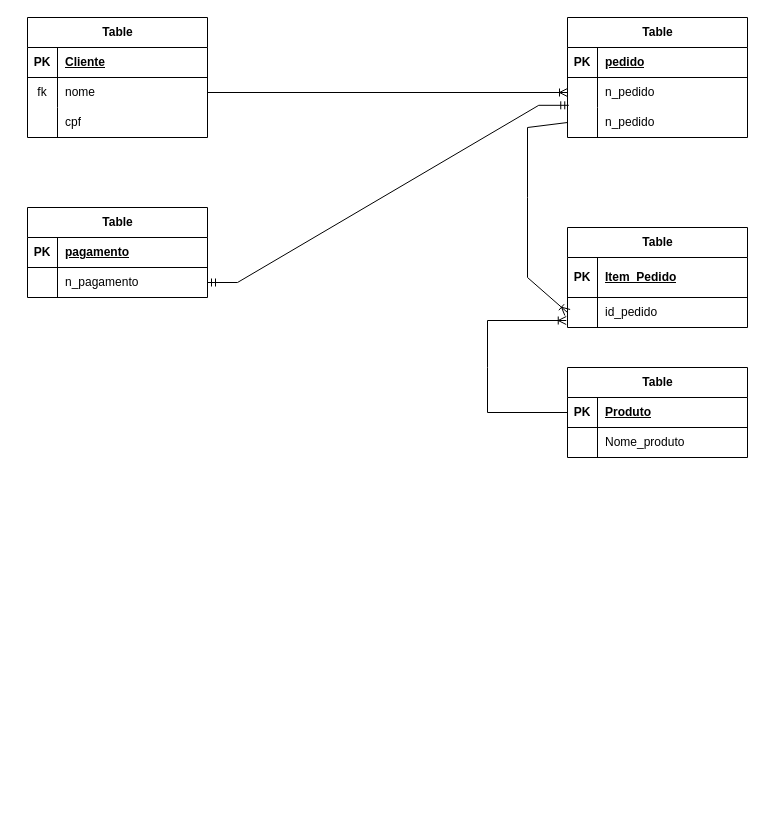
Earlier version of the draw.io diagram page "logicoEcomerce" (5 of 6) of modelagem/modelagem_concetual_ecomerce.drawio (julianoluz10/Banco_modelagem). Source tidied: cells renumbered, new cells numbered last; positions are measured from the earlier drawing's top-left corner, leaving out a move shared by most shapes. Both pictures are drawn from the tidied source at 100%, with x=0, y=0 at pixel (27, 17).
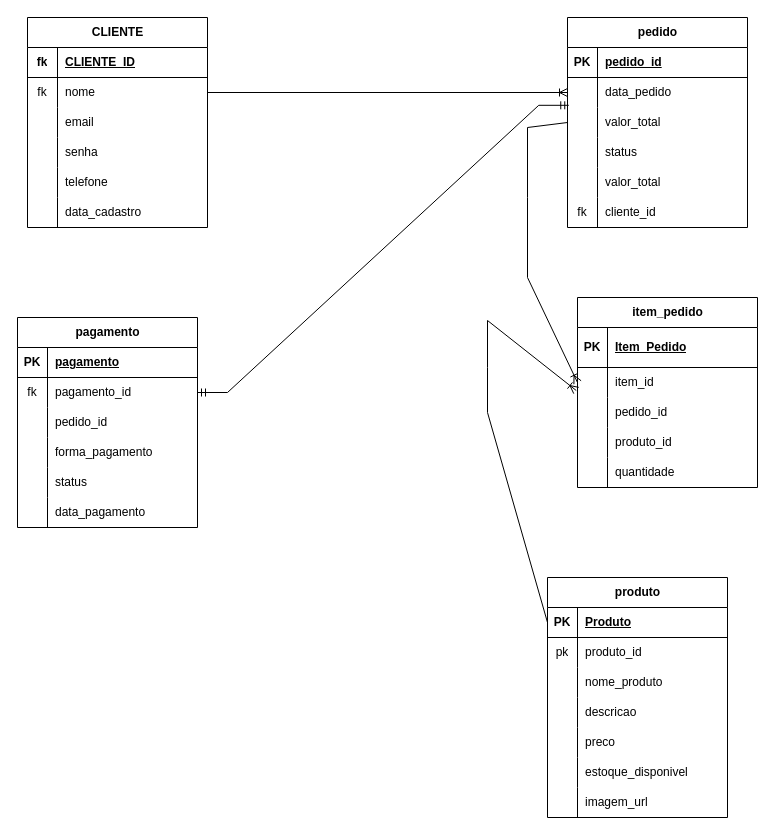
Above is the later version.

Unchanged cells that the change refers to:
```xml
<mxCell id="3" style="shape=tableRow;horizontal=0;startSize=0;swimlaneHead=0;swimlaneBody=0;fillColor=none;top=0;left=0;right=0;bottom=1;" parent="2" vertex="1">
  <mxGeometry y="30" width="180" height="30" as="geometry" />
</mxCell>
<mxCell id="9" style="shape=tableRow;horizontal=0;startSize=0;swimlaneHead=0;swimlaneBody=0;fillColor=none;top=0;left=0;right=0;bottom=0;" parent="2" vertex="1">
  <mxGeometry y="90" width="180" height="30" as="geometry" />
</mxCell>
<mxCell id="13" style="shape=tableRow;horizontal=0;startSize=0;swimlaneHead=0;swimlaneBody=0;fillColor=none;top=0;left=0;right=0;bottom=1;" parent="12" vertex="1">
  <mxGeometry y="30" width="180" height="30" as="geometry" />
</mxCell>
<mxCell id="16" style="shape=tableRow;horizontal=0;startSize=0;swimlaneHead=0;swimlaneBody=0;fillColor=none;points=[[0,0.5],[1,0.5]];portConstraint=eastwest;top=0;left=0;right=0;bottom=0;" parent="12" vertex="1">
  <mxGeometry y="60" width="180" height="30" as="geometry" />
</mxCell>
<mxCell id="19" style="shape=tableRow;horizontal=0;startSize=0;swimlaneHead=0;swimlaneBody=0;fillColor=none;points=[[0,0.5],[1,0.5]];portConstraint=eastwest;top=0;left=0;right=0;bottom=0;" parent="12" vertex="1">
  <mxGeometry y="90" width="180" height="30" as="geometry" />
</mxCell>
<mxCell id="26" style="shape=tableRow;horizontal=0;startSize=0;swimlaneHead=0;swimlaneBody=0;fillColor=none;points=[[0,0.5],[1,0.5]];portConstraint=eastwest;top=0;left=0;right=0;bottom=0;" parent="22" vertex="1">
  <mxGeometry y="60" width="180" height="30" as="geometry" />
</mxCell>
<mxCell id="33" style="shape=tableRow;horizontal=0;startSize=0;swimlaneHead=0;swimlaneBody=0;fillColor=none;top=0;left=0;right=0;bottom=0;" parent="29" vertex="1">
  <mxGeometry y="60" width="180" height="30" as="geometry" />
</mxCell>
<mxCell id="40" style="shape=tableRow;horizontal=0;startSize=0;swimlaneHead=0;swimlaneBody=0;fillColor=none;points=[[0,0.5],[1,0.5]];portConstraint=eastwest;top=0;left=0;right=0;bottom=0;" parent="36" vertex="1">
  <mxGeometry y="70" width="180" height="30" as="geometry" />
</mxCell>
```

Change to the diagram source:
```diff
@@
-    <mxCell id="2" value="Table" style="shape=table;startSize=30;childLayout=tableLayout;rowLines=0;fontStyle=1;align=center;html=1;" parent="1" vertex="1">
-      <mxGeometry width="180" height="120" as="geometry" />
+    <mxCell id="2" value="CLIENTE" style="shape=table;startSize=30;childLayout=tableLayout;rowLines=0;fontStyle=1;align=center;html=1;" parent="1" vertex="1">
+      <mxGeometry width="180" height="210" as="geometry" />
     </mxCell>
@@
-    <mxCell id="4" value="PK" style="shape=partialRectangle;fillColor=none;top=0;left=0;bottom=0;right=0;fontStyle=1;overflow=hidden;whiteSpace=wrap;html=1;" parent="3" vertex="1">
+    <mxCell id="4" value="fk" style="shape=partialRectangle;fillColor=none;top=0;left=0;bottom=0;right=0;fontStyle=1;overflow=hidden;whiteSpace=wrap;html=1;" parent="3" vertex="1">
       <mxGeometry width="30" height="30" as="geometry" />
     </mxCell>
-    <mxCell id="5" value="Cliente" style="shape=partialRectangle;fillColor=none;top=0;left=0;bottom=0;right=0;align=left;spacingLeft=6;fontStyle=5;overflow=hidden;whiteSpace=wrap;html=1;" parent="3" vertex="1">
+    <mxCell id="5" value="CLIENTE_ID" style="shape=partialRectangle;fillColor=none;top=0;left=0;bottom=0;right=0;align=left;spacingLeft=6;fontStyle=5;overflow=hidden;whiteSpace=wrap;html=1;" parent="3" vertex="1">
       <mxGeometry x="30" width="150" height="30" as="geometry" />
     </mxCell>
@@
-    <mxCell id="11" value="cpf" style="shape=partialRectangle;fillColor=none;top=0;left=0;bottom=0;right=0;align=left;spacingLeft=6;overflow=hidden;whiteSpace=wrap;html=1;" parent="9" vertex="1">
+    <mxCell id="11" value="email" style="shape=partialRectangle;fillColor=none;top=0;left=0;bottom=0;right=0;align=left;spacingLeft=6;overflow=hidden;whiteSpace=wrap;html=1;" parent="9" vertex="1">
       <mxGeometry x="30" width="150" height="30" as="geometry" />
     </mxCell>
+    <mxCell id="47" style="shape=tableRow;horizontal=0;startSize=0;swimlaneHead=0;swimlaneBody=0;fillColor=none;top=0;left=0;right=0;bottom=0;" parent="2" vertex="1">
+      <mxGeometry y="120" width="180" height="30" as="geometry" />
+    </mxCell>
+    <mxCell id="48" style="shape=partialRectangle;fillColor=none;top=0;left=0;bottom=0;right=0;overflow=hidden;whiteSpace=wrap;html=1;" parent="47" vertex="1">
+      <mxGeometry width="30" height="30" as="geometry" />
+    </mxCell>
+    <mxCell id="49" value="senha" style="shape=partialRectangle;fillColor=none;top=0;left=0;bottom=0;right=0;align=left;spacingLeft=6;overflow=hidden;whiteSpace=wrap;html=1;" parent="47" vertex="1">
+      <mxGeometry x="30" width="150" height="30" as="geometry" />
+    </mxCell>
+    <mxCell id="50" style="shape=tableRow;horizontal=0;startSize=0;swimlaneHead=0;swimlaneBody=0;fillColor=none;top=0;left=0;right=0;bottom=0;" parent="2" vertex="1">
+      <mxGeometry y="150" width="180" height="30" as="geometry" />
+    </mxCell>
+    <mxCell id="51" style="shape=partialRectangle;fillColor=none;top=0;left=0;bottom=0;right=0;overflow=hidden;whiteSpace=wrap;html=1;" parent="50" vertex="1">
+      <mxGeometry width="30" height="30" as="geometry" />
+    </mxCell>
+    <mxCell id="52" value="telefone" style="shape=partialRectangle;fillColor=none;top=0;left=0;bottom=0;right=0;align=left;spacingLeft=6;overflow=hidden;whiteSpace=wrap;html=1;" parent="50" vertex="1">
+      <mxGeometry x="30" width="150" height="30" as="geometry" />
+    </mxCell>
+    <mxCell id="53" style="shape=tableRow;horizontal=0;startSize=0;swimlaneHead=0;swimlaneBody=0;fillColor=none;top=0;left=0;right=0;bottom=0;" parent="2" vertex="1">
+      <mxGeometry y="180" width="180" height="30" as="geometry" />
+    </mxCell>
+    <mxCell id="54" style="shape=partialRectangle;fillColor=none;top=0;left=0;bottom=0;right=0;overflow=hidden;whiteSpace=wrap;html=1;" parent="53" vertex="1">
+      <mxGeometry width="30" height="30" as="geometry" />
+    </mxCell>
+    <mxCell id="55" value="data_cadastro" style="shape=partialRectangle;fillColor=none;top=0;left=0;bottom=0;right=0;align=left;spacingLeft=6;overflow=hidden;whiteSpace=wrap;html=1;" parent="53" vertex="1">
+      <mxGeometry x="30" width="150" height="30" as="geometry" />
+    </mxCell>
-    <mxCell id="12" value="Table" style="shape=table;startSize=30;childLayout=tableLayout;rowLines=0;fontStyle=1;align=center;html=1;" parent="1" vertex="1">
-      <mxGeometry x="540" width="180" height="120" as="geometry" />
+    <mxCell id="12" value="pedido" style="shape=table;startSize=30;childLayout=tableLayout;rowLines=0;fontStyle=1;align=center;html=1;" parent="1" vertex="1">
+      <mxGeometry x="540" width="180" height="210" as="geometry" />
     </mxCell>
@@
-    <mxCell id="15" value="pedido" style="shape=partialRectangle;fillColor=none;top=0;left=0;bottom=0;right=0;align=left;spacingLeft=6;fontStyle=5;overflow=hidden;whiteSpace=wrap;html=1;" parent="13" vertex="1">
+    <mxCell id="15" value="pedido_id" style="shape=partialRectangle;fillColor=none;top=0;left=0;bottom=0;right=0;align=left;spacingLeft=6;fontStyle=5;overflow=hidden;whiteSpace=wrap;html=1;" parent="13" vertex="1">
       <mxGeometry x="30" width="150" height="30" as="geometry" />
     </mxCell>
@@
-    <mxCell id="18" value="n_pedido" style="shape=partialRectangle;fillColor=none;top=0;left=0;bottom=0;right=0;align=left;spacingLeft=6;overflow=hidden;whiteSpace=wrap;html=1;" parent="16" vertex="1">
+    <mxCell id="18" value="data_pedido" style="shape=partialRectangle;fillColor=none;top=0;left=0;bottom=0;right=0;align=left;spacingLeft=6;overflow=hidden;whiteSpace=wrap;html=1;" parent="16" vertex="1">
       <mxGeometry x="30" width="150" height="30" as="geometry" />
     </mxCell>
@@
-    <mxCell id="21" value="n_pedido" style="shape=partialRectangle;fillColor=none;top=0;left=0;bottom=0;right=0;align=left;spacingLeft=6;overflow=hidden;whiteSpace=wrap;html=1;" parent="19" vertex="1">
+    <mxCell id="21" value="valor_total" style="shape=partialRectangle;fillColor=none;top=0;left=0;bottom=0;right=0;align=left;spacingLeft=6;overflow=hidden;whiteSpace=wrap;html=1;" parent="19" vertex="1">
       <mxGeometry x="30" width="150" height="30" as="geometry" />
     </mxCell>
+    <mxCell id="56" style="shape=tableRow;horizontal=0;startSize=0;swimlaneHead=0;swimlaneBody=0;fillColor=none;top=0;left=0;right=0;bottom=0;" parent="12" vertex="1">
+      <mxGeometry y="120" width="180" height="30" as="geometry" />
+    </mxCell>
+    <mxCell id="57" style="shape=partialRectangle;fillColor=none;top=0;left=0;bottom=0;right=0;overflow=hidden;whiteSpace=wrap;html=1;" parent="56" vertex="1">
+      <mxGeometry width="30" height="30" as="geometry" />
+    </mxCell>
+    <mxCell id="58" value="status" style="shape=partialRectangle;fillColor=none;top=0;left=0;bottom=0;right=0;align=left;spacingLeft=6;overflow=hidden;whiteSpace=wrap;html=1;" parent="56" vertex="1">
+      <mxGeometry x="30" width="150" height="30" as="geometry" />
+    </mxCell>
+    <mxCell id="59" style="shape=tableRow;horizontal=0;startSize=0;swimlaneHead=0;swimlaneBody=0;fillColor=none;top=0;left=0;right=0;bottom=0;" parent="12" vertex="1">
+      <mxGeometry y="150" width="180" height="30" as="geometry" />
+    </mxCell>
+    <mxCell id="60" style="shape=partialRectangle;fillColor=none;top=0;left=0;bottom=0;right=0;overflow=hidden;whiteSpace=wrap;html=1;" parent="59" vertex="1">
+      <mxGeometry width="30" height="30" as="geometry" />
+    </mxCell>
+    <mxCell id="61" value="valor_total" style="shape=partialRectangle;fillColor=none;top=0;left=0;bottom=0;right=0;align=left;spacingLeft=6;overflow=hidden;whiteSpace=wrap;html=1;" parent="59" vertex="1">
+      <mxGeometry x="30" width="150" height="30" as="geometry" />
+    </mxCell>
+    <mxCell id="62" style="shape=tableRow;horizontal=0;startSize=0;swimlaneHead=0;swimlaneBody=0;fillColor=none;top=0;left=0;right=0;bottom=0;" parent="12" vertex="1">
+      <mxGeometry y="180" width="180" height="30" as="geometry" />
+    </mxCell>
+    <mxCell id="63" value="fk" style="shape=partialRectangle;fillColor=none;top=0;left=0;bottom=0;right=0;overflow=hidden;whiteSpace=wrap;html=1;" parent="62" vertex="1">
+      <mxGeometry width="30" height="30" as="geometry" />
+    </mxCell>
+    <mxCell id="64" value="cliente_id" style="shape=partialRectangle;fillColor=none;top=0;left=0;bottom=0;right=0;align=left;spacingLeft=6;overflow=hidden;whiteSpace=wrap;html=1;" parent="62" vertex="1">
+      <mxGeometry x="30" width="150" height="30" as="geometry" />
+    </mxCell>
-    <mxCell id="22" value="Table" style="shape=table;startSize=30;childLayout=tableLayout;rowLines=0;fontStyle=1;align=center;html=1;" parent="1" vertex="1">
-      <mxGeometry y="190" width="180" height="90" as="geometry" />
+    <mxCell id="22" value="pagamento" style="shape=table;startSize=30;childLayout=tableLayout;rowLines=0;fontStyle=1;align=center;html=1;" parent="1" vertex="1">
+      <mxGeometry x="-10" y="300" width="180" height="210" as="geometry" />
     </mxCell>
@@
-    <mxCell id="27" style="shape=partialRectangle;fillColor=none;top=0;left=0;bottom=0;right=0;overflow=hidden;whiteSpace=wrap;html=1;" parent="26" vertex="1">
+    <mxCell id="27" value="fk" style="shape=partialRectangle;fillColor=none;top=0;left=0;bottom=0;right=0;overflow=hidden;whiteSpace=wrap;html=1;" parent="26" vertex="1">
       <mxGeometry width="30" height="30" as="geometry" />
     </mxCell>
-    <mxCell id="28" value="n_pagamento" style="shape=partialRectangle;fillColor=none;top=0;left=0;bottom=0;right=0;align=left;spacingLeft=6;overflow=hidden;whiteSpace=wrap;html=1;" parent="26" vertex="1">
+    <mxCell id="28" value="pagamento_id" style="shape=partialRectangle;fillColor=none;top=0;left=0;bottom=0;right=0;align=left;spacingLeft=6;overflow=hidden;whiteSpace=wrap;html=1;" parent="26" vertex="1">
       <mxGeometry x="30" width="150" height="30" as="geometry" />
     </mxCell>
+    <mxCell id="65" style="shape=tableRow;horizontal=0;startSize=0;swimlaneHead=0;swimlaneBody=0;fillColor=none;top=0;left=0;right=0;bottom=0;" parent="22" vertex="1">
+      <mxGeometry y="90" width="180" height="30" as="geometry" />
+    </mxCell>
+    <mxCell id="66" style="shape=partialRectangle;fillColor=none;top=0;left=0;bottom=0;right=0;overflow=hidden;whiteSpace=wrap;html=1;" parent="65" vertex="1">
+      <mxGeometry width="30" height="30" as="geometry" />
+    </mxCell>
+    <mxCell id="67" value="pedido_id" style="shape=partialRectangle;fillColor=none;top=0;left=0;bottom=0;right=0;align=left;spacingLeft=6;overflow=hidden;whiteSpace=wrap;html=1;" parent="65" vertex="1">
+      <mxGeometry x="30" width="150" height="30" as="geometry" />
+    </mxCell>
+    <mxCell id="68" style="shape=tableRow;horizontal=0;startSize=0;swimlaneHead=0;swimlaneBody=0;fillColor=none;top=0;left=0;right=0;bottom=0;" parent="22" vertex="1">
+      <mxGeometry y="120" width="180" height="30" as="geometry" />
+    </mxCell>
+    <mxCell id="69" style="shape=partialRectangle;fillColor=none;top=0;left=0;bottom=0;right=0;overflow=hidden;whiteSpace=wrap;html=1;" parent="68" vertex="1">
+      <mxGeometry width="30" height="30" as="geometry" />
+    </mxCell>
+    <mxCell id="70" value="forma_pagamento" style="shape=partialRectangle;fillColor=none;top=0;left=0;bottom=0;right=0;align=left;spacingLeft=6;overflow=hidden;whiteSpace=wrap;html=1;" parent="68" vertex="1">
+      <mxGeometry x="30" width="150" height="30" as="geometry" />
+    </mxCell>
+    <mxCell id="71" style="shape=tableRow;horizontal=0;startSize=0;swimlaneHead=0;swimlaneBody=0;fillColor=none;top=0;left=0;right=0;bottom=0;" parent="22" vertex="1">
+      <mxGeometry y="150" width="180" height="30" as="geometry" />
+    </mxCell>
+    <mxCell id="72" style="shape=partialRectangle;fillColor=none;top=0;left=0;bottom=0;right=0;overflow=hidden;whiteSpace=wrap;html=1;" parent="71" vertex="1">
+      <mxGeometry width="30" height="30" as="geometry" />
+    </mxCell>
+    <mxCell id="73" value="status" style="shape=partialRectangle;fillColor=none;top=0;left=0;bottom=0;right=0;align=left;spacingLeft=6;overflow=hidden;whiteSpace=wrap;html=1;" parent="71" vertex="1">
+      <mxGeometry x="30" width="150" height="30" as="geometry" />
+    </mxCell>
+    <mxCell id="74" style="shape=tableRow;horizontal=0;startSize=0;swimlaneHead=0;swimlaneBody=0;fillColor=none;top=0;left=0;right=0;bottom=0;" parent="22" vertex="1">
+      <mxGeometry y="180" width="180" height="30" as="geometry" />
+    </mxCell>
+    <mxCell id="75" style="shape=partialRectangle;fillColor=none;top=0;left=0;bottom=0;right=0;overflow=hidden;whiteSpace=wrap;html=1;" parent="74" vertex="1">
+      <mxGeometry width="30" height="30" as="geometry" />
+    </mxCell>
+    <mxCell id="76" value="data_pagamento" style="shape=partialRectangle;fillColor=none;top=0;left=0;bottom=0;right=0;align=left;spacingLeft=6;overflow=hidden;whiteSpace=wrap;html=1;" parent="74" vertex="1">
+      <mxGeometry x="30" width="150" height="30" as="geometry" />
+    </mxCell>
-    <mxCell id="29" value="Table" style="shape=table;startSize=30;childLayout=tableLayout;rowLines=0;fontStyle=1;align=center;html=1;" parent="1" vertex="1">
-      <mxGeometry x="540" y="350" width="180" height="90" as="geometry" />
+    <mxCell id="29" value="produto" style="shape=table;startSize=30;childLayout=tableLayout;rowLines=0;fontStyle=1;align=center;html=1;" parent="1" vertex="1">
+      <mxGeometry x="520" y="560" width="180" height="240" as="geometry" />
     </mxCell>
@@
-    <mxCell id="34" style="shape=partialRectangle;fillColor=none;top=0;left=0;bottom=0;right=0;overflow=hidden;whiteSpace=wrap;html=1;" parent="33" vertex="1">
+    <mxCell id="34" value="pk" style="shape=partialRectangle;fillColor=none;top=0;left=0;bottom=0;right=0;overflow=hidden;whiteSpace=wrap;html=1;" parent="33" vertex="1">
       <mxGeometry width="30" height="30" as="geometry" />
     </mxCell>
-    <mxCell id="35" value="Nome_produto" style="shape=partialRectangle;fillColor=none;top=0;left=0;bottom=0;right=0;align=left;spacingLeft=6;overflow=hidden;whiteSpace=wrap;html=1;" parent="33" vertex="1">
+    <mxCell id="35" value="produto_id" style="shape=partialRectangle;fillColor=none;top=0;left=0;bottom=0;right=0;align=left;spacingLeft=6;overflow=hidden;whiteSpace=wrap;html=1;" parent="33" vertex="1">
       <mxGeometry x="30" width="150" height="30" as="geometry" />
     </mxCell>
+    <mxCell id="77" style="shape=tableRow;horizontal=0;startSize=0;swimlaneHead=0;swimlaneBody=0;fillColor=none;top=0;left=0;right=0;bottom=0;" parent="29" vertex="1">
+      <mxGeometry y="90" width="180" height="30" as="geometry" />
+    </mxCell>
+    <mxCell id="78" style="shape=partialRectangle;fillColor=none;top=0;left=0;bottom=0;right=0;overflow=hidden;whiteSpace=wrap;html=1;" parent="77" vertex="1">
+      <mxGeometry width="30" height="30" as="geometry" />
+    </mxCell>
+    <mxCell id="79" value="nome_produto" style="shape=partialRectangle;fillColor=none;top=0;left=0;bottom=0;right=0;align=left;spacingLeft=6;overflow=hidden;whiteSpace=wrap;html=1;" parent="77" vertex="1">
+      <mxGeometry x="30" width="150" height="30" as="geometry" />
+    </mxCell>
+    <mxCell id="80" style="shape=tableRow;horizontal=0;startSize=0;swimlaneHead=0;swimlaneBody=0;fillColor=none;top=0;left=0;right=0;bottom=0;" parent="29" vertex="1">
+      <mxGeometry y="120" width="180" height="30" as="geometry" />
+    </mxCell>
+    <mxCell id="81" style="shape=partialRectangle;fillColor=none;top=0;left=0;bottom=0;right=0;overflow=hidden;whiteSpace=wrap;html=1;" parent="80" vertex="1">
+      <mxGeometry width="30" height="30" as="geometry" />
+    </mxCell>
+    <mxCell id="82" value="descricao" style="shape=partialRectangle;fillColor=none;top=0;left=0;bottom=0;right=0;align=left;spacingLeft=6;overflow=hidden;whiteSpace=wrap;html=1;" parent="80" vertex="1">
+      <mxGeometry x="30" width="150" height="30" as="geometry" />
+    </mxCell>
+    <mxCell id="83" style="shape=tableRow;horizontal=0;startSize=0;swimlaneHead=0;swimlaneBody=0;fillColor=none;top=0;left=0;right=0;bottom=0;" parent="29" vertex="1">
+      <mxGeometry y="150" width="180" height="30" as="geometry" />
+    </mxCell>
+    <mxCell id="84" style="shape=partialRectangle;fillColor=none;top=0;left=0;bottom=0;right=0;overflow=hidden;whiteSpace=wrap;html=1;" parent="83" vertex="1">
+      <mxGeometry width="30" height="30" as="geometry" />
+    </mxCell>
+    <mxCell id="85" value="preco" style="shape=partialRectangle;fillColor=none;top=0;left=0;bottom=0;right=0;align=left;spacingLeft=6;overflow=hidden;whiteSpace=wrap;html=1;" parent="83" vertex="1">
+      <mxGeometry x="30" width="150" height="30" as="geometry" />
+    </mxCell>
+    <mxCell id="86" style="shape=tableRow;horizontal=0;startSize=0;swimlaneHead=0;swimlaneBody=0;fillColor=none;top=0;left=0;right=0;bottom=0;" parent="29" vertex="1">
+      <mxGeometry y="180" width="180" height="30" as="geometry" />
+    </mxCell>
+    <mxCell id="87" style="shape=partialRectangle;fillColor=none;top=0;left=0;bottom=0;right=0;overflow=hidden;whiteSpace=wrap;html=1;" parent="86" vertex="1">
+      <mxGeometry width="30" height="30" as="geometry" />
+    </mxCell>
+    <mxCell id="88" value="estoque_disponivel" style="shape=partialRectangle;fillColor=none;top=0;left=0;bottom=0;right=0;align=left;spacingLeft=6;overflow=hidden;whiteSpace=wrap;html=1;" parent="86" vertex="1">
+      <mxGeometry x="30" width="150" height="30" as="geometry" />
+    </mxCell>
+    <mxCell id="89" style="shape=tableRow;horizontal=0;startSize=0;swimlaneHead=0;swimlaneBody=0;fillColor=none;top=0;left=0;right=0;bottom=0;" parent="29" vertex="1">
+      <mxGeometry y="210" width="180" height="30" as="geometry" />
+    </mxCell>
+    <mxCell id="90" style="shape=partialRectangle;fillColor=none;top=0;left=0;bottom=0;right=0;overflow=hidden;whiteSpace=wrap;html=1;" parent="89" vertex="1">
+      <mxGeometry width="30" height="30" as="geometry" />
+    </mxCell>
+    <mxCell id="91" value="imagem_url" style="shape=partialRectangle;fillColor=none;top=0;left=0;bottom=0;right=0;align=left;spacingLeft=6;overflow=hidden;whiteSpace=wrap;html=1;" parent="89" vertex="1">
+      <mxGeometry x="30" width="150" height="30" as="geometry" />
+    </mxCell>
-    <mxCell id="36" value="Table" style="shape=table;startSize=30;childLayout=tableLayout;rowLines=0;fontStyle=1;align=center;html=1;" parent="1" vertex="1">
-      <mxGeometry x="540" y="210" width="180" height="100" as="geometry" />
+    <mxCell id="36" value="item_pedido" style="shape=table;startSize=30;childLayout=tableLayout;rowLines=0;fontStyle=1;align=center;html=1;" parent="1" vertex="1">
+      <mxGeometry x="550" y="280" width="180" height="190" as="geometry" />
     </mxCell>
@@
-    <mxCell id="42" value="id_pedido" style="shape=partialRectangle;fillColor=none;top=0;left=0;bottom=0;right=0;align=left;spacingLeft=6;overflow=hidden;whiteSpace=wrap;html=1;" parent="40" vertex="1">
+    <mxCell id="42" value="item_id" style="shape=partialRectangle;fillColor=none;top=0;left=0;bottom=0;right=0;align=left;spacingLeft=6;overflow=hidden;whiteSpace=wrap;html=1;" parent="40" vertex="1">
       <mxGeometry x="30" width="150" height="30" as="geometry" />
     </mxCell>
+    <mxCell id="92" style="shape=tableRow;horizontal=0;startSize=0;swimlaneHead=0;swimlaneBody=0;fillColor=none;top=0;left=0;right=0;bottom=0;" parent="36" vertex="1">
+      <mxGeometry y="100" width="180" height="30" as="geometry" />
+    </mxCell>
+    <mxCell id="93" style="shape=partialRectangle;fillColor=none;top=0;left=0;bottom=0;right=0;overflow=hidden;whiteSpace=wrap;html=1;" parent="92" vertex="1">
+      <mxGeometry width="30" height="30" as="geometry" />
+    </mxCell>
+    <mxCell id="94" value="pedido_id" style="shape=partialRectangle;fillColor=none;top=0;left=0;bottom=0;right=0;align=left;spacingLeft=6;overflow=hidden;whiteSpace=wrap;html=1;" parent="92" vertex="1">
+      <mxGeometry x="30" width="150" height="30" as="geometry" />
+    </mxCell>
+    <mxCell id="95" style="shape=tableRow;horizontal=0;startSize=0;swimlaneHead=0;swimlaneBody=0;fillColor=none;top=0;left=0;right=0;bottom=0;" parent="36" vertex="1">
+      <mxGeometry y="130" width="180" height="30" as="geometry" />
+    </mxCell>
+    <mxCell id="96" style="shape=partialRectangle;fillColor=none;top=0;left=0;bottom=0;right=0;overflow=hidden;whiteSpace=wrap;html=1;" parent="95" vertex="1">
+      <mxGeometry width="30" height="30" as="geometry" />
+    </mxCell>
+    <mxCell id="97" value="produto_id" style="shape=partialRectangle;fillColor=none;top=0;left=0;bottom=0;right=0;align=left;spacingLeft=6;overflow=hidden;whiteSpace=wrap;html=1;" parent="95" vertex="1">
+      <mxGeometry x="30" width="150" height="30" as="geometry" />
+    </mxCell>
+    <mxCell id="98" style="shape=tableRow;horizontal=0;startSize=0;swimlaneHead=0;swimlaneBody=0;fillColor=none;top=0;left=0;right=0;bottom=0;" parent="36" vertex="1">
+      <mxGeometry y="160" width="180" height="30" as="geometry" />
+    </mxCell>
+    <mxCell id="99" style="shape=partialRectangle;fillColor=none;top=0;left=0;bottom=0;right=0;overflow=hidden;whiteSpace=wrap;html=1;" parent="98" vertex="1">
+      <mxGeometry width="30" height="30" as="geometry" />
+    </mxCell>
+    <mxCell id="100" value="quantidade" style="shape=partialRectangle;fillColor=none;top=0;left=0;bottom=0;right=0;align=left;spacingLeft=6;overflow=hidden;whiteSpace=wrap;html=1;" parent="98" vertex="1">
+      <mxGeometry x="30" width="150" height="30" as="geometry" />
+    </mxCell>
```
